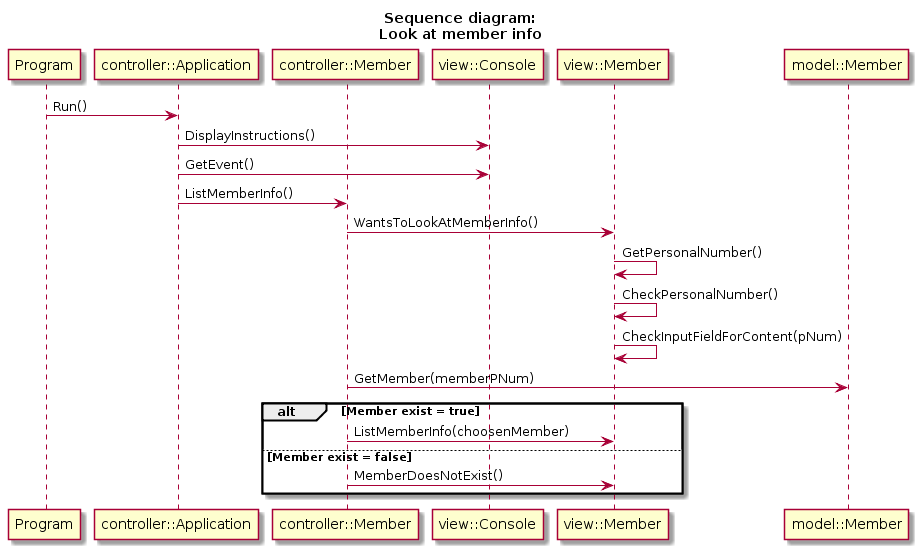
Above: Workshop 2 - Design/WS2-Fixes/Sequence-diagrams/look-at-member-info.png in ProfessorPotatis/1dv607-portfolio (PlantUML), before the change. Source of this version:
```plantuml
@startuml
title Sequence diagram:\nLook at member info
participant Program
participant "controller::Application"
participant "controller::Member"
participant "view::Console"
participant "view::Member"
participant "model::Member"

Program -> "controller::Application": Run()
"controller::Application" -> "view::Console": DisplayInstructions()
"controller::Application" -> "view::Console": GetEvent()
"controller::Application" -> "controller::Member": ListMemberInfo()
"controller::Member" -> "view::Member": WantsToLookAtMemberInfo()
"view::Member" -> "view::Member": GetPersonalNumber()
"view::Member" -> "view::Member": CheckPersonalNumber()
"view::Member" -> "view::Member": CheckInputFieldForContent(pNum)
"controller::Member" -> "model::Member": GetMember(memberPNum)

alt Member exist = true
    "controller::Member" -> "view::Member": ListMemberInfo(choosenMember)
else Member exist = false
    "controller::Member" -> "view::Member": MemberDoesNotExist()
end
@enduml
```
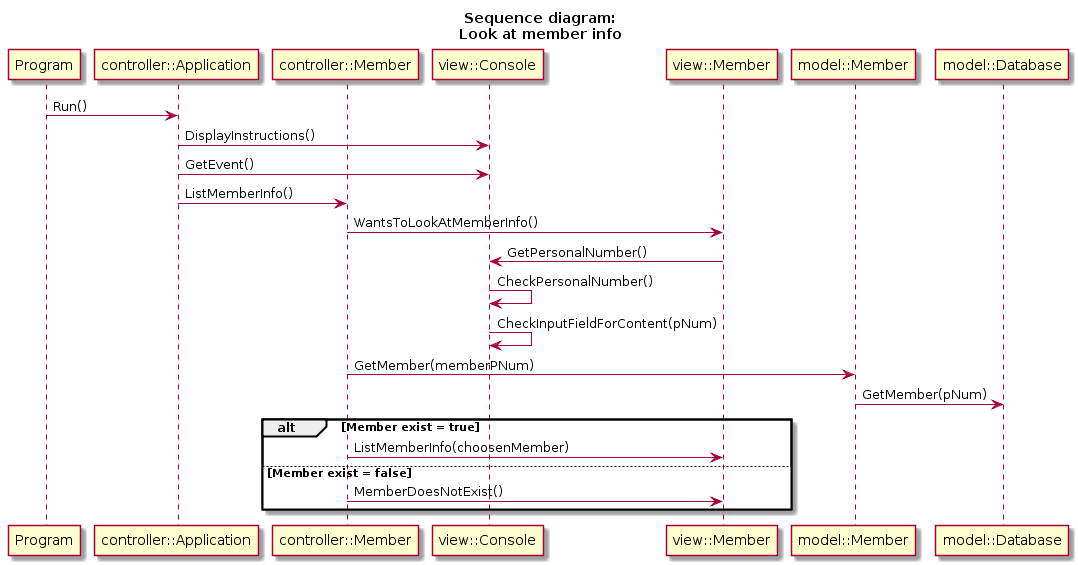
After the change.

Commit message:
Updated sequence diagrams.

What changed in the source:
```diff
@@ -12,10 +12,11 @@
 "controller::Application" -> "view::Console": GetEvent()
 "controller::Application" -> "controller::Member": ListMemberInfo()
 "controller::Member" -> "view::Member": WantsToLookAtMemberInfo()
-"view::Member" -> "view::Member": GetPersonalNumber()
-"view::Member" -> "view::Member": CheckPersonalNumber()
-"view::Member" -> "view::Member": CheckInputFieldForContent(pNum)
+"view::Member" -> "view::Console": GetPersonalNumber()
+"view::Console" -> "view::Console": CheckPersonalNumber()
+"view::Console" -> "view::Console": CheckInputFieldForContent(pNum)
 "controller::Member" -> "model::Member": GetMember(memberPNum)
+"model::Member" -> "model::Database": GetMember(pNum)
 
 alt Member exist = true
     "controller::Member" -> "view::Member": ListMemberInfo(choosenMember)
```
